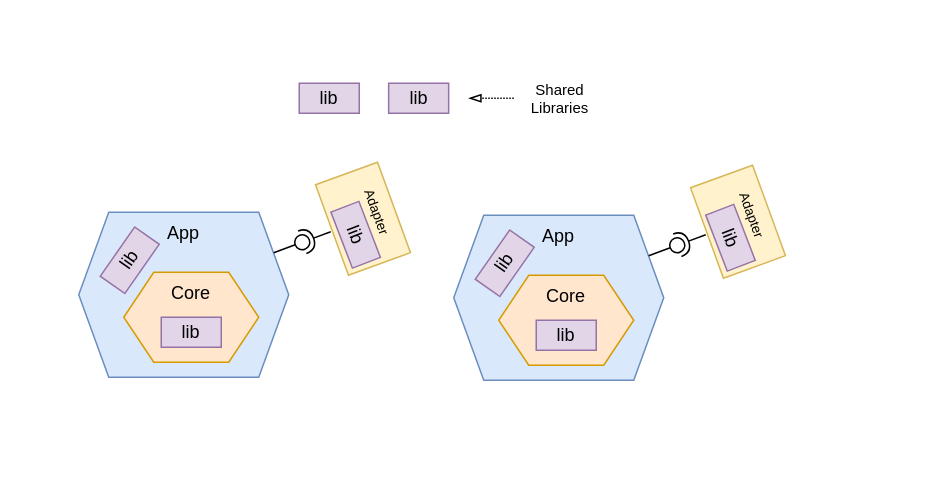
The draw.io diagram page "Lib" (2 of 11) of diagrams/1.drawio in alicemunsal/dohex, before the edit. Source tidied: cells renumbered, new cells numbered last; positions are measured from the earlier drawing's top-left corner, leaving out a move shared by most shapes. Both pictures are drawn from the tidied source at 150%, with x=0, y=0 at pixel (78, 75).
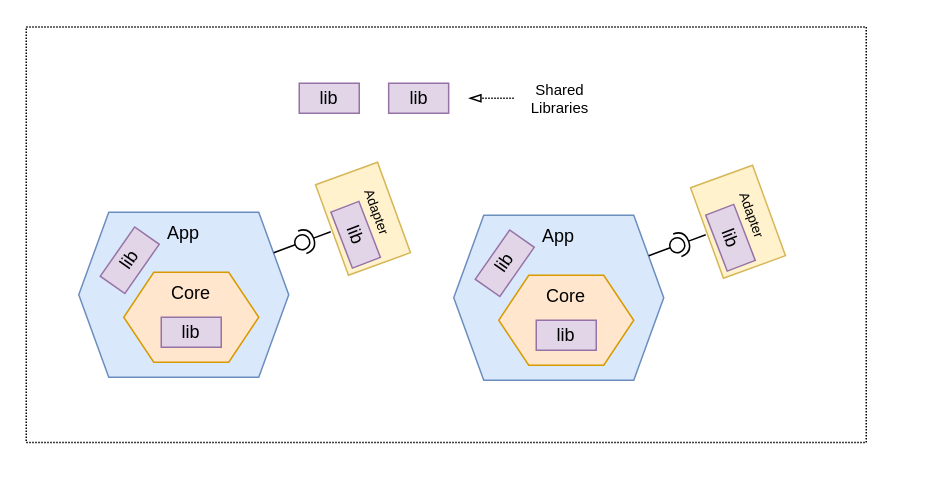
The same diagram, later.

What changed in the source:
```diff
@@
+    <mxCell id="27" style="rounded=0;whiteSpace=wrap;html=1;fontSize=12;strokeWidth=1;dashed=1;dashPattern=1 1;perimeterSpacing=1;fillColor=none;" parent="1" vertex="1">
+      <mxGeometry x="-35" y="-32.5" width="560" height="277" as="geometry" />
+    </mxCell>
@@
     <mxCell id="13" style="group;" parent="1" vertex="1">
-      <mxGeometry x="250" y="59.6" width="221.2" height="143.4" as="geometry" />
+      <mxGeometry x="250" y="59.6" width="300" height="203.9" as="geometry" />
     </mxCell>
```
